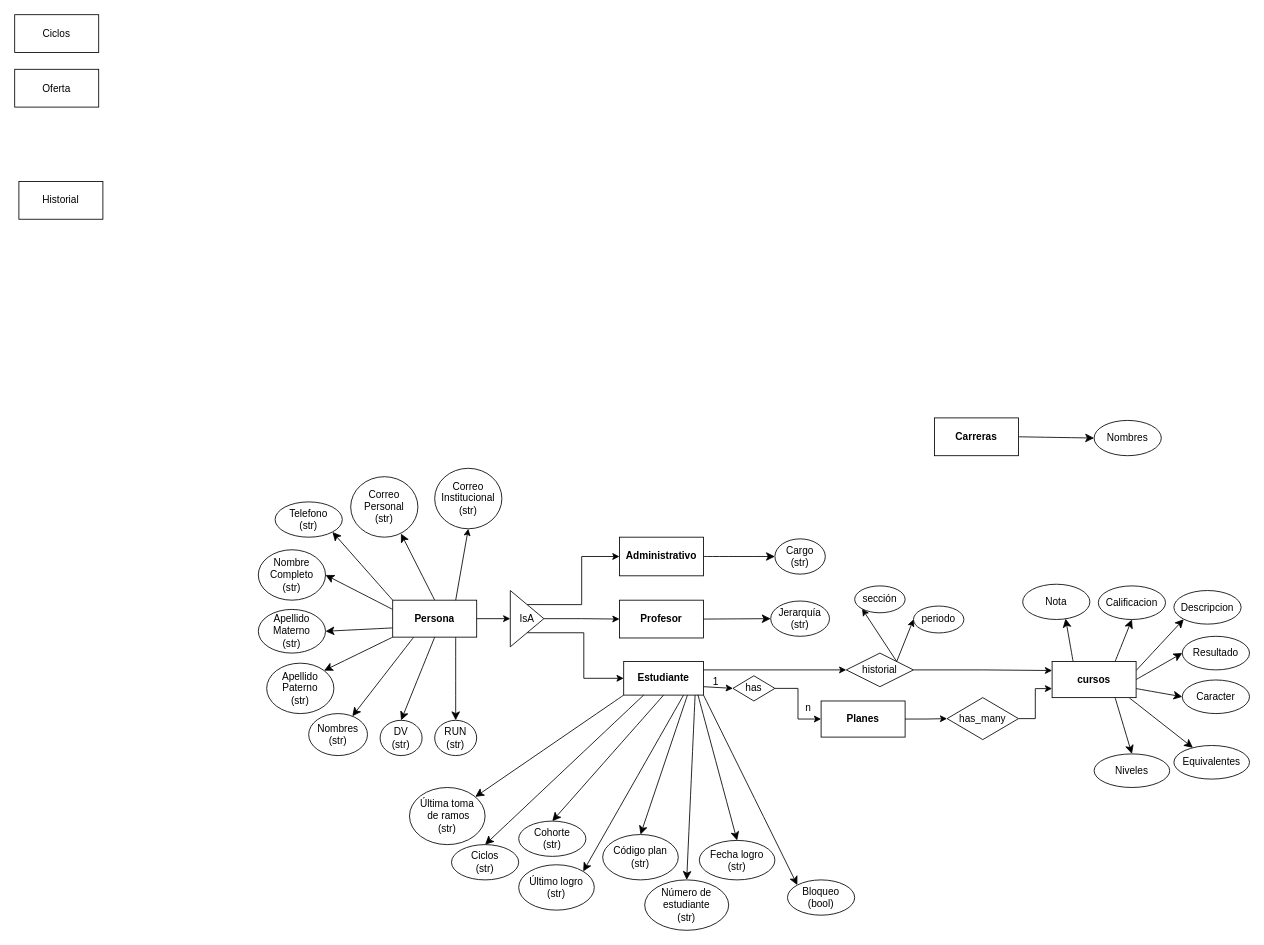
The draw.io diagram E1.drawio in dgolzm/E1-2024-2, before the edit. Source tidied: cells renumbered, new cells numbered last; positions are measured from the earlier drawing's top-left corner, leaving out a move shared by most shapes. Both pictures are drawn from the tidied source at 84%, with x=0, y=0 at pixel (14, 14).
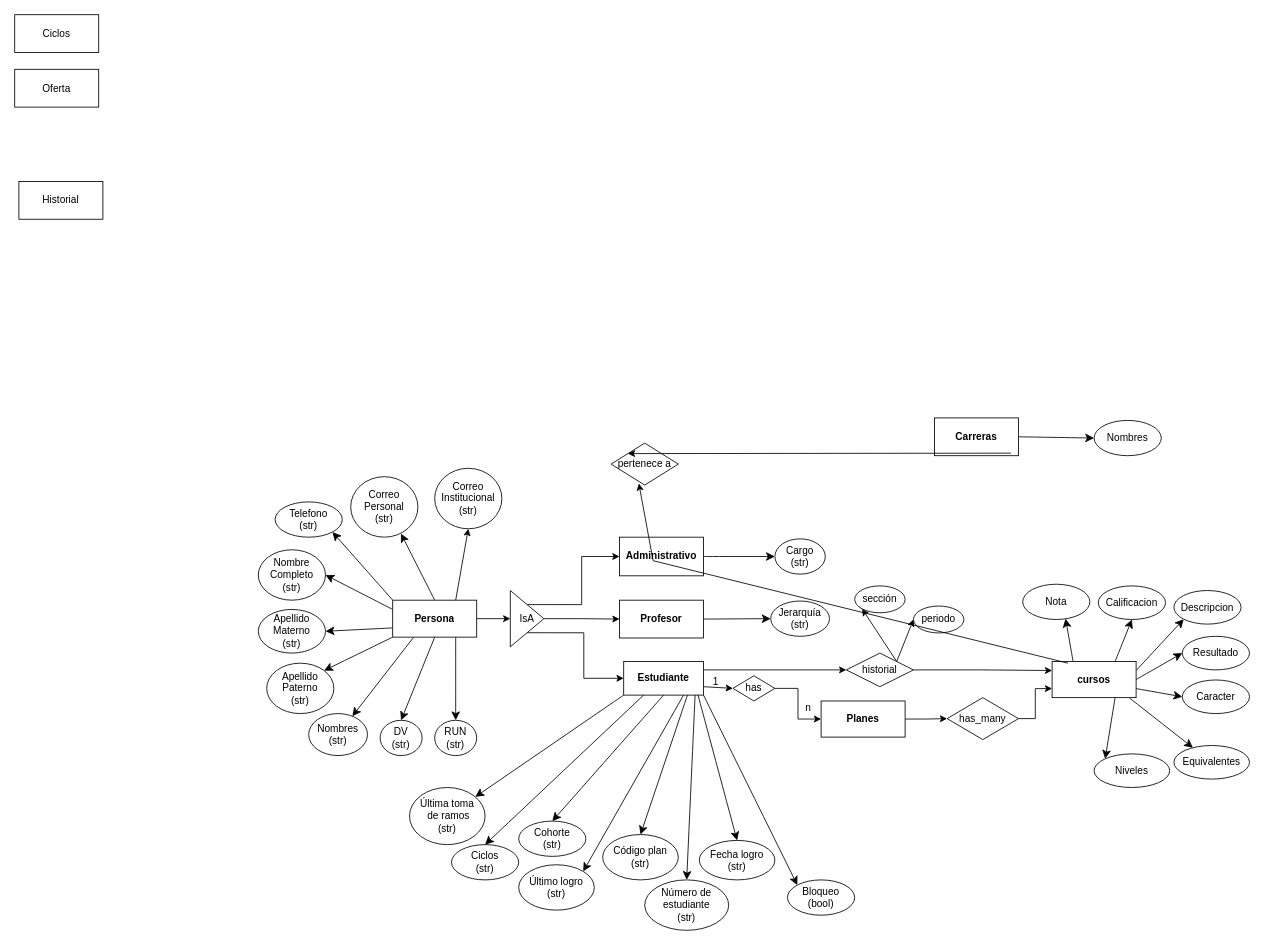
The same diagram, later.

The change refers to these unchanged cells:
```xml
<mxCell id="18" value="&lt;b&gt;Carreras&lt;/b&gt;" style="rounded=0;whiteSpace=wrap;html=1;" parent="1" vertex="1">
  <mxGeometry x="1095" y="480" width="100" height="45" as="geometry" />
</mxCell>
<mxCell id="26" value="&lt;b&gt;cursos&lt;/b&gt;" style="rounded=0;whiteSpace=wrap;html=1;" parent="1" vertex="1">
  <mxGeometry x="1235" y="770" width="100" height="43" as="geometry" />
</mxCell>
<mxCell id="60" value="Niveles" style="ellipse;whiteSpace=wrap;html=1;" parent="1" vertex="1">
  <mxGeometry x="1285" y="880" width="90" height="40" as="geometry" />
</mxCell>
```

Change to the diagram source:
```diff
@@
-    <mxCell id="62" style="edgeStyle=none;curved=1;rounded=0;jettySize=auto;html=1;exitX=0.75;exitY=1;exitDx=0;exitDy=0;entryX=0.5;entryY=0;entryDx=0;entryDy=0;fontSize=12;startSize=8;endSize=8;" parent="1" edge="1" source="26" target="60">
+    <mxCell id="62" style="edgeStyle=none;curved=1;rounded=0;jettySize=auto;html=1;exitX=0.75;exitY=1;exitDx=0;exitDy=0;entryX=0;entryY=0;entryDx=0;entryDy=0;fontSize=12;startSize=8;endSize=8;" parent="1" edge="1" source="26" target="60">
       <mxGeometry relative="1" as="geometry" />
     </mxCell>
@@
+    <mxCell id="87" value="pertenece a" style="rhombus;whiteSpace=wrap;html=1;" parent="1" vertex="1">
+      <mxGeometry x="710" y="510" width="80" height="50" as="geometry" />
+    </mxCell>
@@
+    <mxCell id="88" style="endArrow=classic;html=1;rounded=0;exitX=0.91;exitY=0.933;exitDx=0;exitDy=0;exitPerimeter=0;entryX=0;entryY=0;entryDx=0;entryDy=0;" parent="1" edge="1" source="18" target="87">
+      <mxGeometry relative="1" as="geometry" />
+    </mxCell>
@@
+    <mxCell id="89" style="endArrow=classic;html=1;rounded=0;exitX=0.19;exitY=0.047;exitDx=0;exitDy=0;exitPerimeter=0;entryX=0.413;entryY=0.96;entryDx=0;entryDy=0;entryPerimeter=0;" parent="1" edge="1" source="26" target="87">
+      <mxGeometry relative="1" as="geometry">
+        <Array as="points">
+          <mxPoint x="760" y="650" />
+        </Array>
+      </mxGeometry>
+    </mxCell>
```
